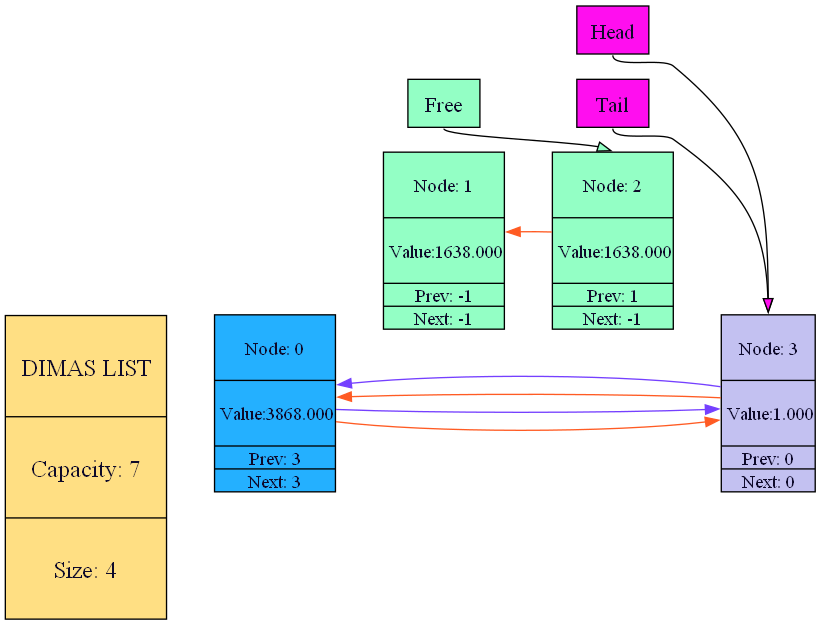
Earlier version of the Graphviz export 5-list/5-list/list_graph.png (dmjtsh/huawei_course). Its source is kept beside it as 5-list/5-list/list_graph.gv.
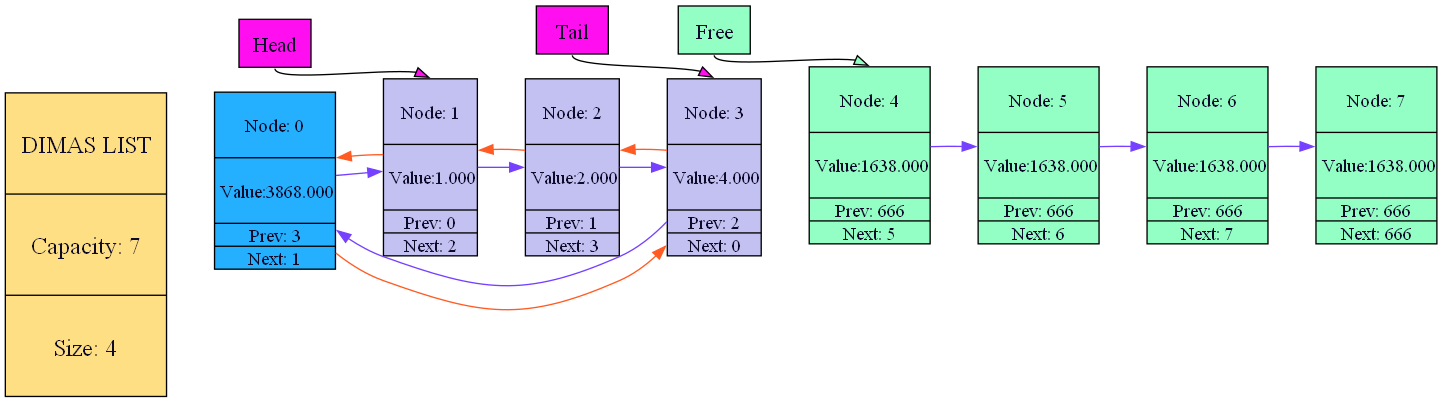
After the commit.

Commit message:
edited the way free are connected and corrected code

The edit, as a diff of the source:
```diff
@@ -1,21 +1,37 @@
 digraph ListGraph {
 rankdir="LR";
 node [shape="box", style="filled", fillcolor="#24b0ff", fontcolor="#0e0a2a", margin="0.01"];
-"Node0" [shape="record", label="\n Node: 0 \n\n|\n Value:3868.000\n\n | Prev: 3 | Next: 3"];
+"Node0" [shape="record", label="\n Node: 0 \n\n|\n Value:3868.000\n\n | Prev: 3 | Next: 1"];
+node [shape="box", style="filled", fillcolor="#c3c1f1", fontcolor="#0e0a2a", margin="0.01"];
+"Node1" [shape="record", label="\n Node: 1 \n\n|\n Value:1.000\n\n | Prev: 0 | Next: 2"];
+node [shape="box", style="filled", fillcolor="#c3c1f1", fontcolor="#0e0a2a", margin="0.01"];
+"Node2" [shape="record", label="\n Node: 2 \n\n|\n Value:2.000\n\n | Prev: 1 | Next: 3"];
+node [shape="box", style="filled", fillcolor="#c3c1f1", fontcolor="#0e0a2a", margin="0.01"];
+"Node3" [shape="record", label="\n Node: 3 \n\n|\n Value:4.000\n\n | Prev: 2 | Next: 0"];
 node [shape="box", style="filled", fillcolor="#c3c1f1", fontcolor="#0e0a2a", margin="0.01"];
 node [shape="box", style="filled", fillcolor="#93ffc5", fontcolor="#0e0a2a", margin="0.01"];
-"Node1" [shape="record", label="\n Node: 1 \n\n|\n Value:1638.000\n\n | Prev: -1 | Next: -1"];
+"Node4" [shape="record", label="\n Node: 4 \n\n|\n Value:1638.000\n\n | Prev: 666 | Next: 5"];
 node [shape="box", style="filled", fillcolor="#c3c1f1", fontcolor="#0e0a2a", margin="0.01"];
 node [shape="box", style="filled", fillcolor="#93ffc5", fontcolor="#0e0a2a", margin="0.01"];
-"Node2" [shape="record", label="\n Node: 2 \n\n|\n Value:1638.000\n\n | Prev: 1 | Next: -1"];
+"Node5" [shape="record", label="\n Node: 5 \n\n|\n Value:1638.000\n\n | Prev: 666 | Next: 6"];
 node [shape="box", style="filled", fillcolor="#c3c1f1", fontcolor="#0e0a2a", margin="0.01"];
-"Node3" [shape="record", label="\n Node: 3 \n\n|\n Value:1.000\n\n | Prev: 0 | Next: 0"];
+node [shape="box", style="filled", fillcolor="#93ffc5", fontcolor="#0e0a2a", margin="0.01"];
+"Node6" [shape="record", label="\n Node: 6 \n\n|\n Value:1638.000\n\n | Prev: 666 | Next: 7"];
 node [shape="box", style="filled", fillcolor="#c3c1f1", fontcolor="#0e0a2a", margin="0.01"];
-"Node0" -> "Node1" [color="#43ff6400"];"Node1" -> "Node2" [color="#43ff6400"];"Node2" -> "Node3" [color="#43ff6400"];"Node0" -> "Node3"  [color="#ff5b23" fontcolor="#ff5b23"];
-"Node0" -> "Node3" [color="#7540ff" fontcolor="#7540ff"];
+node [shape="box", style="filled", fillcolor="#93ffc5", fontcolor="#0e0a2a", margin="0.01"];
+"Node7" [shape="record", label="\n Node: 7 \n\n|\n Value:1638.000\n\n | Prev: 666 | Next: 666"];
+node [shape="box", style="filled", fillcolor="#c3c1f1", fontcolor="#0e0a2a", margin="0.01"];
+"Node0" -> "Node1" [color="#43ff6400"];"Node1" -> "Node2" [color="#43ff6400"];"Node2" -> "Node3" [color="#43ff6400"];"Node3" -> "Node4" [color="#43ff6400"];"Node4" -> "Node5" [color="#43ff6400"];"Node5" -> "Node6" [color="#43ff6400"];"Node6" -> "Node7" [color="#43ff6400"];"Node0" -> "Node3"  [color="#ff5b23" fontcolor="#ff5b23"];
+"Node0" -> "Node1" [color="#7540ff" fontcolor="#7540ff"];
+"Node1" -> "Node0"  [color="#ff5b23" fontcolor="#ff5b23"];
+"Node1" -> "Node2" [color="#7540ff" fontcolor="#7540ff"];
 "Node2" -> "Node1"  [color="#ff5b23" fontcolor="#ff5b23"];
-"Node3" -> "Node0"  [color="#ff5b23" fontcolor="#ff5b23"];
+"Node2" -> "Node3" [color="#7540ff" fontcolor="#7540ff"];
+"Node3" -> "Node2"  [color="#ff5b23" fontcolor="#ff5b23"];
 "Node3" -> "Node0" [color="#7540ff" fontcolor="#7540ff"];
+"Node4" -> "Node5" [color="#7540ff" fontcolor="#7540ff"];
+"Node5" -> "Node6" [color="#7540ff" fontcolor="#7540ff"];
+"Node6" -> "Node7" [color="#7540ff" fontcolor="#7540ff"];
 node [shape="box", style="filled", fillcolor="#ffdf83", fontcolor="#0e0a2a", margin="0.1"];
 List [shape=record, label="\n DIMAS LIST \n \n | \n Capacity: 7 \n \n | \n Size: 4 \n \n" , fontsize=18];
 node [shape=box, style=filled, fillcolor="#93ffc5", fontcolor="#0e0a2a", margin="0.01"];
@@ -25,7 +41,7 @@
 node [shape=box, style=filled, fillcolor="#ff0eef", fontcolor="#0e0a2a", margin="0.01"];
 Tail [shape=record, label="Tail", fontsize=16];
 "List" -> "Node0" [weight=1, color="#43ff6400", headport=n, tailport=n];
-"Free" -> "Node2" [headport=n, tailport=s, constraint=true, fillcolor="#93ffc5"];
+"Free" -> "Node4" [headport=n, tailport=s, constraint=true, fillcolor="#93ffc5"];
 "Tail" -> "Node3" [headport=n, tailport=s, constraint=true, fillcolor="#ff0eef"];
-"Head" -> "Node3" [headport=n, tailport=s, constraint=true, fillcolor="#ff0eef"];
+"Head" -> "Node1" [headport=n, tailport=s, constraint=true, fillcolor="#ff0eef"];
 }
```
